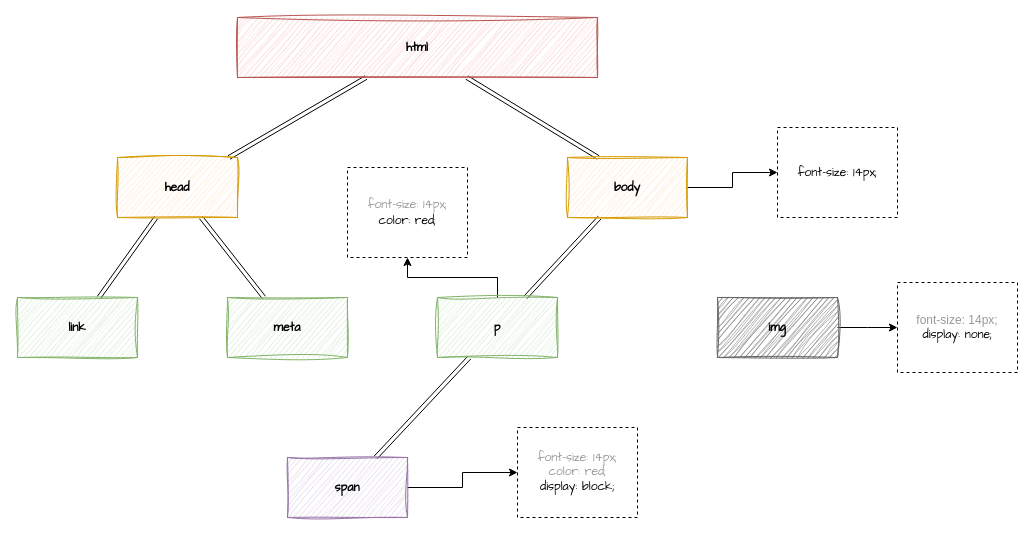
Earlier version of the draw.io diagram DOM structure.drawio (Sayantan-s/Fb-ui). Source tidied: cells renumbered, new cells numbered last; positions are measured from the earlier drawing's top-left corner, leaving out a move shared by most shapes. Both pictures are drawn from the tidied source at 100%, with x=0, y=0 at pixel (17, 17).
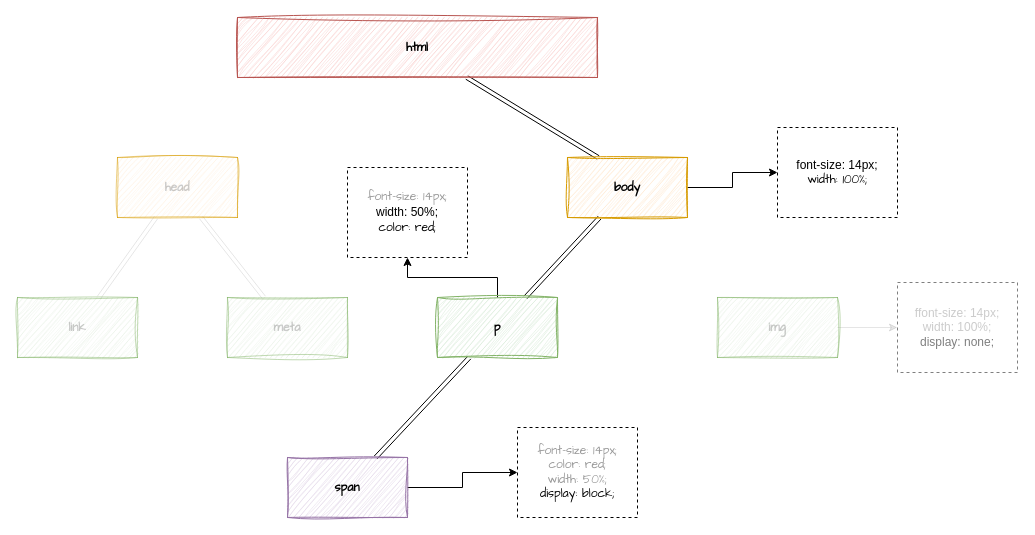
The same diagram, later.

Diff of the diagram source:
```diff
@@
-    <mxCell id="2" style="edgeStyle=none;rounded=0;jettySize=auto;html=1;shape=link;" parent="1" edge="1" target="7">
-      <mxGeometry relative="1" as="geometry">
-        <mxPoint x="348.6" y="60" as="sourcePoint" />
-      </mxGeometry>
-    </mxCell>
@@
-    <mxCell id="5" style="edgeStyle=none;rounded=0;jettySize=auto;html=1;shape=link;" parent="1" edge="1" source="7" target="11">
+    <mxCell id="5" style="edgeStyle=none;rounded=0;jettySize=auto;html=1;shape=link;textOpacity=10;opacity=10;" parent="1" edge="1" source="7" target="11">
       <mxGeometry relative="1" as="geometry" />
     </mxCell>
-    <mxCell id="6" style="edgeStyle=none;rounded=0;jettySize=auto;html=1;shape=link;" parent="1" edge="1" source="7" target="12">
+    <mxCell id="6" style="edgeStyle=none;rounded=0;jettySize=auto;html=1;shape=link;opacity=10;" parent="1" edge="1" source="7" target="12">
       <mxGeometry relative="1" as="geometry" />
     </mxCell>
-    <mxCell id="7" value="&lt;b style=&quot;border-color: var(--border-color);&quot;&gt;&lt;font face=&quot;Comic Sans MS&quot; color=&quot;#000000&quot;&gt;head&lt;/font&gt;&lt;/b&gt;" style="rounded=0;whiteSpace=wrap;html=1;fillColor=#ffe6cc;strokeColor=#d79b00;sketch=1;curveFitting=1;jiggle=2;" parent="1" vertex="1">
+    <mxCell id="7" value="&lt;b style=&quot;border-color: var(--border-color);&quot;&gt;&lt;font color=&quot;#000000&quot; face=&quot;Comic Sans MS&quot;&gt;head&lt;/font&gt;&lt;/b&gt;" style="rounded=0;whiteSpace=wrap;html=1;fillColor=#ffe6cc;strokeColor=#d79b00;sketch=1;curveFitting=1;jiggle=2;textOpacity=20;opacity=50;" parent="1" vertex="1">
       <mxGeometry x="100" y="140" width="120" height="60" as="geometry" />
     </mxCell>
@@
-    <mxCell id="11" value="&lt;b style=&quot;border-color: var(--border-color);&quot;&gt;&lt;font face=&quot;Comic Sans MS&quot; color=&quot;#000000&quot;&gt;link&lt;/font&gt;&lt;/b&gt;" style="rounded=0;whiteSpace=wrap;html=1;fillColor=#d5e8d4;strokeColor=#82b366;sketch=1;curveFitting=1;jiggle=2;" parent="1" vertex="1">
+    <mxCell id="11" value="&lt;b style=&quot;border-color: var(--border-color);&quot;&gt;&lt;font face=&quot;Comic Sans MS&quot; color=&quot;#000000&quot;&gt;link&lt;/font&gt;&lt;/b&gt;" style="rounded=0;whiteSpace=wrap;html=1;fillColor=#d5e8d4;strokeColor=#82b366;sketch=1;curveFitting=1;jiggle=2;opacity=50;textOpacity=20;" parent="1" vertex="1">
       <mxGeometry y="280" width="120" height="60" as="geometry" />
     </mxCell>
-    <mxCell id="12" value="&lt;b style=&quot;border-color: var(--border-color);&quot;&gt;&lt;font face=&quot;Comic Sans MS&quot; color=&quot;#000000&quot;&gt;meta&lt;/font&gt;&lt;/b&gt;" style="rounded=0;whiteSpace=wrap;html=1;fillColor=#d5e8d4;strokeColor=#82b366;sketch=1;curveFitting=1;jiggle=2;" parent="1" vertex="1">
+    <mxCell id="12" value="&lt;b style=&quot;border-color: var(--border-color);&quot;&gt;&lt;font face=&quot;Comic Sans MS&quot; color=&quot;#000000&quot;&gt;meta&lt;/font&gt;&lt;/b&gt;" style="rounded=0;whiteSpace=wrap;html=1;fillColor=#d5e8d4;strokeColor=#82b366;sketch=1;curveFitting=1;jiggle=2;opacity=50;textOpacity=20;" parent="1" vertex="1">
       <mxGeometry x="210" y="280" width="120" height="60" as="geometry" />
     </mxCell>
@@
-    <mxCell id="16" style="edgeStyle=elbowEdgeStyle;rounded=0;jettySize=auto;html=1;" parent="1" edge="1" source="17" target="22">
+    <mxCell id="16" style="edgeStyle=elbowEdgeStyle;rounded=0;jettySize=auto;html=1;opacity=10;" parent="1" edge="1" source="17" target="22">
       <mxGeometry relative="1" as="geometry" />
     </mxCell>
-    <mxCell id="17" value="&lt;b style=&quot;&quot;&gt;&lt;font face=&quot;Comic Sans MS&quot; color=&quot;#000000&quot;&gt;img&lt;/font&gt;&lt;/b&gt;" style="rounded=0;whiteSpace=wrap;html=1;sketch=1;curveFitting=1;jiggle=2;fillColor=#636363;fontColor=#333333;strokeColor=#666666;" parent="1" vertex="1">
+    <mxCell id="17" value="&lt;b style=&quot;&quot;&gt;&lt;font face=&quot;Comic Sans MS&quot; color=&quot;#000000&quot;&gt;img&lt;/font&gt;&lt;/b&gt;" style="rounded=0;whiteSpace=wrap;html=1;sketch=1;curveFitting=1;jiggle=2;fillColor=#d5e8d4;strokeColor=#82b366;opacity=50;textOpacity=20;" parent="1" vertex="1">
       <mxGeometry x="700" y="280" width="120" height="60" as="geometry" />
     </mxCell>
@@
-    <mxCell id="20" value="&lt;font face=&quot;Comic Sans MS&quot;&gt;font-size: 14px;&lt;/font&gt;" style="whiteSpace=wrap;html=1;fillStyle=auto;dashed=1;" parent="1" vertex="1">
+    <mxCell id="20" value="font-size: 14px;&lt;br style=&quot;border-color: var(--border-color); font-family: &amp;quot;Comic Sans MS&amp;quot;;&quot;&gt;&lt;span style=&quot;font-family: &amp;quot;Comic Sans MS&amp;quot;;&quot;&gt;width: 100%;&lt;/span&gt;" style="whiteSpace=wrap;html=1;fillStyle=auto;dashed=1;" parent="1" vertex="1">
       <mxGeometry x="760" y="110" width="120" height="90" as="geometry" />
     </mxCell>
-    <mxCell id="21" value="&lt;font face=&quot;Comic Sans MS&quot;&gt;&lt;font color=&quot;#999999&quot;&gt;font-size: 14px;&lt;br&gt;&lt;/font&gt;color: red;&lt;/font&gt;" style="whiteSpace=wrap;html=1;fillStyle=auto;dashed=1;" parent="1" vertex="1">
+    <mxCell id="21" value="&lt;font style=&quot;border-color: var(--border-color);&quot; face=&quot;Comic Sans MS&quot;&gt;&lt;font style=&quot;border-color: var(--border-color);&quot; color=&quot;#999999&quot;&gt;font-size: 14px;&lt;br style=&quot;border-color: var(--border-color);&quot;&gt;&lt;/font&gt;&lt;/font&gt;width: 50%;&lt;font style=&quot;border-color: var(--border-color);&quot; face=&quot;Comic Sans MS&quot;&gt;&lt;font style=&quot;border-color: var(--border-color);&quot; color=&quot;#999999&quot;&gt;&lt;br style=&quot;border-color: var(--border-color);&quot;&gt;&lt;/font&gt;color: red;&lt;/font&gt;" style="whiteSpace=wrap;html=1;fillStyle=auto;dashed=1;" parent="1" vertex="1">
       <mxGeometry x="330" y="150" width="120" height="90" as="geometry" />
     </mxCell>
-    <mxCell id="22" value="&lt;font color=&quot;#999999&quot;&gt;font-size: 14px;&lt;br style=&quot;border-color: var(--border-color); font-family: &amp;quot;Comic Sans MS&amp;quot;;&quot;&gt;&lt;/font&gt;&lt;span style=&quot;font-family: &amp;quot;Comic Sans MS&amp;quot;;&quot;&gt;display: none;&lt;/span&gt;" style="whiteSpace=wrap;html=1;fillStyle=auto;shadow=0;dashed=1;" parent="1" vertex="1">
+    <mxCell id="22" value="&lt;font color=&quot;#999999&quot;&gt;f&lt;/font&gt;&lt;font style=&quot;border-color: var(--border-color);&quot; color=&quot;#999999&quot;&gt;font-size: 14px;&lt;br style=&quot;border-color: var(--border-color); font-family: &amp;quot;Comic Sans MS&amp;quot;;&quot;&gt;width: 100%;&lt;/font&gt;&lt;font style=&quot;border-color: var(--border-color);&quot; color=&quot;#999999&quot;&gt;&lt;br style=&quot;border-color: var(--border-color);&quot;&gt;&lt;/font&gt;display: none;" style="whiteSpace=wrap;html=1;fillStyle=auto;shadow=0;dashed=1;opacity=50;textOpacity=50;" parent="1" vertex="1">
       <mxGeometry x="880" y="265" width="120" height="90" as="geometry" />
     </mxCell>
-    <mxCell id="23" value="&lt;font color=&quot;#999999&quot;&gt;font-size: 14px;&lt;br style=&quot;border-color: var(--border-color);&quot;&gt;color: red;&lt;/font&gt;&lt;br&gt;display: block;" style="whiteSpace=wrap;html=1;fillStyle=auto;dashed=1;fontFamily=Comic Sans MS;" parent="1" vertex="1">
+    <mxCell id="23" value="&lt;font style=&quot;border-color: var(--border-color);&quot; color=&quot;#999999&quot;&gt;font-size: 14px;&lt;br style=&quot;border-color: var(--border-color);&quot;&gt;color: red;&lt;br style=&quot;border-color: var(--border-color);&quot;&gt;width: 50%;&lt;br style=&quot;border-color: var(--border-color);&quot;&gt;&lt;/font&gt;display: block;" style="whiteSpace=wrap;html=1;fillStyle=auto;dashed=1;fontFamily=Comic Sans MS;" parent="1" vertex="1">
       <mxGeometry x="500" y="410" width="120" height="90" as="geometry" />
     </mxCell>
```
